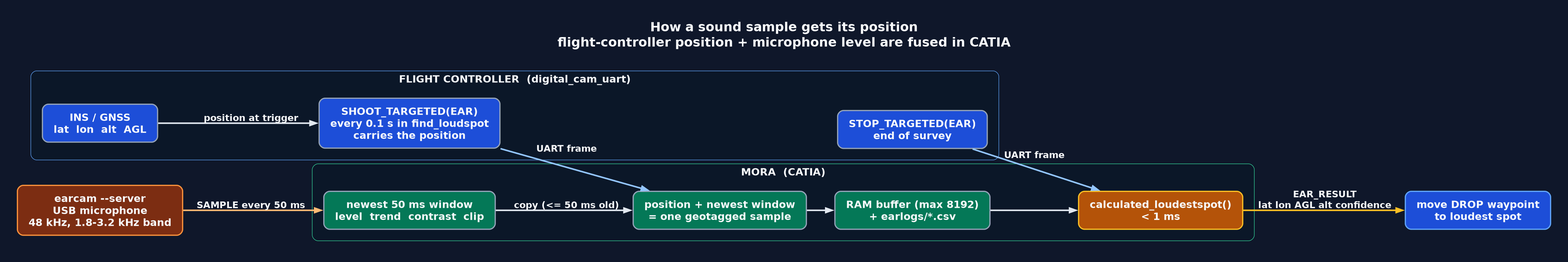
Earlier version of the Graphviz export sw/airborne/modules/digital_cam/catia/documentation/earcam-dataflow.png (tudelft/paparazzi). Its source is kept beside it as sw/airborne/modules/digital_cam/catia/documentation/earcam-dataflow.dot. Its diagram source:
```dot
digraph earcam_dataflow {
  graph [rankdir=LR, bgcolor="#0f172a", fontname="DejaVu Sans Bold", fontsize=26,
         fontcolor="#f8fafc", pad=0.5, nodesep=0.55, ranksep=0.8, splines=spline, newrank=true,
         label="How a sound sample gets its position\nflight-controller position + microphone level are fused in CATIA\n ", labelloc=t];
  node  [shape=box, style="rounded,filled", fontname="DejaVu Sans Bold", fontsize=21,
         fontcolor="#f8fafc", color="#94a3b8", penwidth=2.5, margin="0.32,0.20"];
  edge  [fontname="DejaVu Sans Bold", fontsize=19, fontcolor="#f8fafc", color="#e2e8f0",
         penwidth=3.2, arrowsize=1.3];

  subgraph cluster_fc {
    label="FLIGHT CONTROLLER  (digital_cam_uart)"; fontsize=21; color="#60a5fa";
    fillcolor="#0b1728"; style="rounded,filled"; margin=24;
    ins   [label="INS / GNSS\nlat  lon  alt  AGL", fillcolor="#1d4ed8"];
    shoot [label="SHOOT_TARGETED(EAR)\nevery 0.1 s in find_loudspot\ncarries the position", fillcolor="#1d4ed8"];
    stop  [label="STOP_TARGETED(EAR)\nend of survey", fillcolor="#1d4ed8"];
  }

  mic [label="earcam --server\nUSB microphone\n48 kHz, 1.8-3.2 kHz band", fillcolor="#7c2d12", color="#fb923c"];

  subgraph cluster_mora {
    label="MORA  (CATIA)"; fontsize=21; color="#34d399";
    fillcolor="#0b1728"; style="rounded,filled"; margin=24;
    newest [label="newest 50 ms window\nlevel  trend  contrast  clip", fillcolor="#047857"];
    fuse   [label="position + newest window\n= one geotagged sample", fillcolor="#047857"];
    buffer [label="RAM buffer (max 8192)\n+ earlogs/*.csv", fillcolor="#047857"];
    solve  [label="calculated_loudestspot()\n< 1 ms", fillcolor="#b45309", color="#fbbf24"];
  }

  drop [label="move DROP waypoint\nto loudest spot", fillcolor="#1d4ed8", color="#60a5fa"];

  ins    -> shoot  [label="position at trigger"];
  shoot  -> fuse   [label="UART frame", color="#93c5fd"];
  mic    -> newest [label="SAMPLE every 50 ms", color="#fdba74"];
  newest -> fuse   [label="copy (<= 50 ms old)"];
  fuse   -> buffer;
  buffer -> solve;
  stop   -> solve  [label="UART frame", color="#93c5fd"];
  solve  -> drop   [label="EAR_RESULT\nlat lon AGL alt confidence", color="#fbbf24"];

  { rank=same; ins; mic; }
  { rank=same; buffer; stop; }
}
```
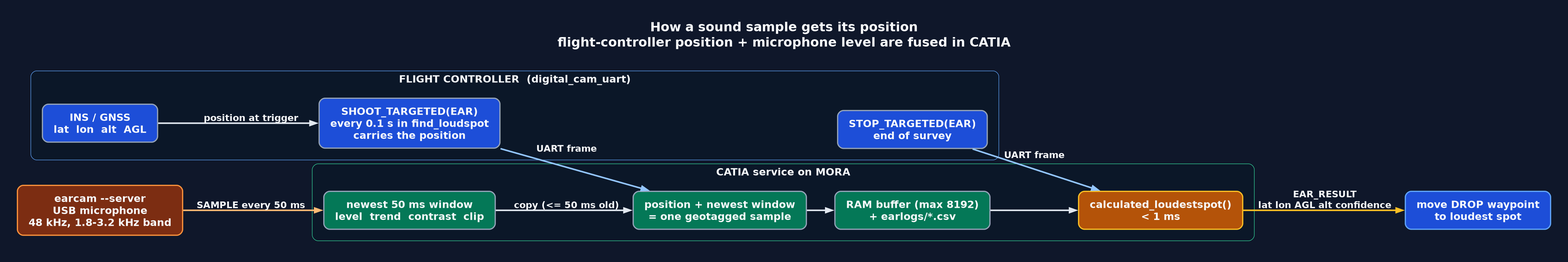
Later version of the same file.

The edit, as a diff of the source:
```diff
@@ -18,7 +18,7 @@
   mic [label="earcam --server\nUSB microphone\n48 kHz, 1.8-3.2 kHz band", fillcolor="#7c2d12", color="#fb923c"];
 
   subgraph cluster_mora {
-    label="MORA  (CATIA)"; fontsize=21; color="#34d399";
+    label="CATIA service on MORA"; fontsize=21; color="#34d399";
     fillcolor="#0b1728"; style="rounded,filled"; margin=24;
     newest [label="newest 50 ms window\nlevel  trend  contrast  clip", fillcolor="#047857"];
     fuse   [label="position + newest window\n= one geotagged sample", fillcolor="#047857"];
```
